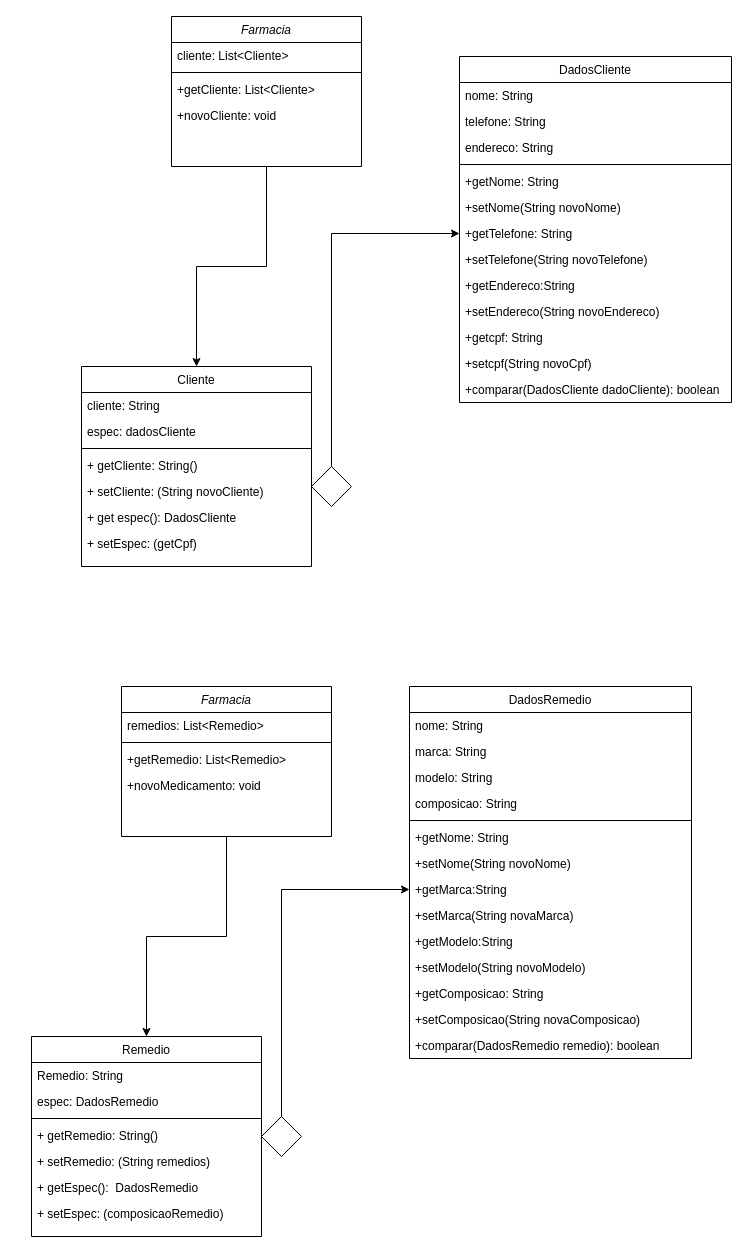
beajdkjj/bertoti keeps this draw.io diagram as Engenharia de Software/assets/Diagrama sem nome.drawio. Above is the earlier version. Source tidied: cells renumbered, new cells numbered last; positions are measured from the earlier drawing's top-left corner, leaving out a move shared by most shapes. Both pictures are drawn from the tidied source at 100%, with x=0, y=0 at pixel (31, 16).
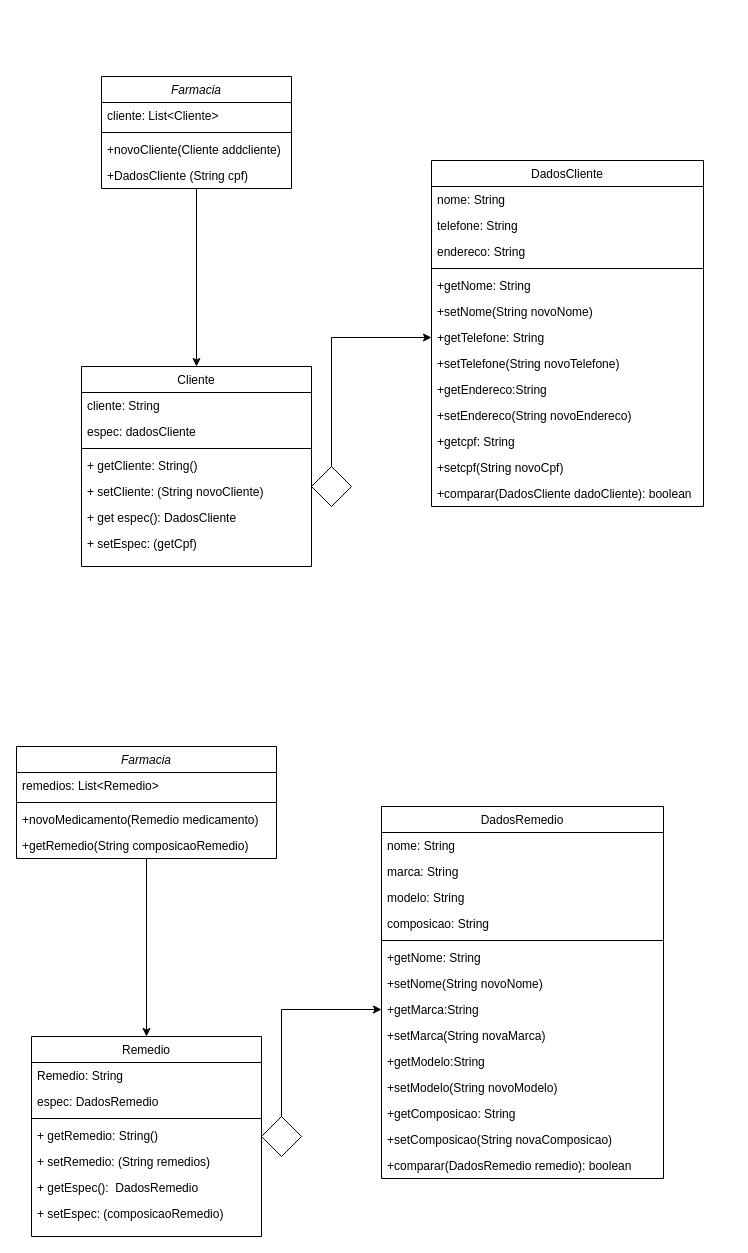
The same page after the edit.

What changed in the source:
```diff
@@
     <mxCell id="3" value="Farmacia" style="swimlane;fontStyle=2;align=center;verticalAlign=top;horizontal=1;startSize=26;rounded=0;shadow=0;strokeWidth=1;" parent="1" vertex="1">
-      <mxGeometry x="140" width="190" height="150" as="geometry" />
+      <mxGeometry x="70" y="60" width="190" height="112" as="geometry" />
     </mxCell>
@@
-    <mxCell id="6" value="+getCliente: List&lt;Cliente&gt;&#10;" style="text;align=left;verticalAlign=top;spacingLeft=4;spacingRight=4;overflow=hidden;" parent="3" vertex="1">
+    <mxCell id="6" value="+novoCliente(Cliente addcliente)" style="text;align=left;verticalAlign=top;spacingLeft=4;spacingRight=4;overflow=hidden;" parent="3" vertex="1">
       <mxGeometry y="60" width="190" height="26" as="geometry" />
     </mxCell>
-    <mxCell id="7" value="+novoCliente: void" style="text;align=left;verticalAlign=top;spacingLeft=4;spacingRight=4;overflow=hidden;" parent="3" vertex="1">
+    <mxCell id="7" value="+DadosCliente (String cpf)" style="text;align=left;verticalAlign=top;spacingLeft=4;spacingRight=4;overflow=hidden;" parent="3" vertex="1">
       <mxGeometry y="86" width="190" height="26" as="geometry" />
     </mxCell>
@@
     <mxCell id="16" value="DadosCliente" style="swimlane;fontStyle=0;align=center;verticalAlign=top;horizontal=1;startSize=26;rounded=0;shadow=0;strokeWidth=1;" parent="1" vertex="1">
-      <mxGeometry x="428" y="40" width="272" height="346" as="geometry" />
+      <mxGeometry x="400" y="144" width="272" height="346" as="geometry" />
     </mxCell>
@@
     <mxCell id="31" value="Farmacia" style="swimlane;fontStyle=2;align=center;verticalAlign=top;horizontal=1;startSize=26;rounded=0;shadow=0;strokeWidth=1;" parent="1" vertex="1">
-      <mxGeometry x="90" y="670" width="210" height="150" as="geometry" />
+      <mxGeometry x="-15" y="730" width="260" height="112" as="geometry" />
     </mxCell>
     <mxCell id="32" value="remedios: List&lt;Remedio&gt;" style="text;align=left;verticalAlign=top;spacingLeft=4;spacingRight=4;overflow=hidden;" parent="31" vertex="1">
-      <mxGeometry y="26" width="210" height="26" as="geometry" />
+      <mxGeometry y="26" width="260" height="26" as="geometry" />
     </mxCell>
     <mxCell id="33" style="line;html=1;strokeWidth=1;align=left;verticalAlign=middle;spacingTop=-1;spacingLeft=3;spacingRight=3;labelPosition=right;" parent="31" vertex="1">
-      <mxGeometry y="52" width="210" height="8" as="geometry" />
+      <mxGeometry y="52" width="260" height="8" as="geometry" />
     </mxCell>
-    <mxCell id="34" value="+getRemedio: List&lt;Remedio&gt;&#10;" style="text;align=left;verticalAlign=top;spacingLeft=4;spacingRight=4;overflow=hidden;" parent="31" vertex="1">
-      <mxGeometry y="60" width="210" height="26" as="geometry" />
+    <mxCell id="34" value="+novoMedicamento(Remedio medicamento)" style="text;align=left;verticalAlign=top;spacingLeft=4;spacingRight=4;overflow=hidden;" parent="31" vertex="1">
+      <mxGeometry y="60" width="260" height="26" as="geometry" />
     </mxCell>
-    <mxCell id="35" value="+novoMedicamento: void" style="text;align=left;verticalAlign=top;spacingLeft=4;spacingRight=4;overflow=hidden;" parent="31" vertex="1">
-      <mxGeometry y="86" width="210" height="26" as="geometry" />
+    <mxCell id="35" value="+getRemedio(String composicaoRemedio)" style="text;align=left;verticalAlign=top;spacingLeft=4;spacingRight=4;overflow=hidden;" parent="31" vertex="1">
+      <mxGeometry y="86" width="260" height="26" as="geometry" />
     </mxCell>
@@
     <mxCell id="44" value="DadosRemedio" style="swimlane;fontStyle=0;align=center;verticalAlign=top;horizontal=1;startSize=26;rounded=0;shadow=0;strokeWidth=1;" parent="1" vertex="1">
-      <mxGeometry x="378" y="670" width="282" height="372" as="geometry" />
+      <mxGeometry x="350" y="790" width="282" height="372" as="geometry" />
     </mxCell>
```
